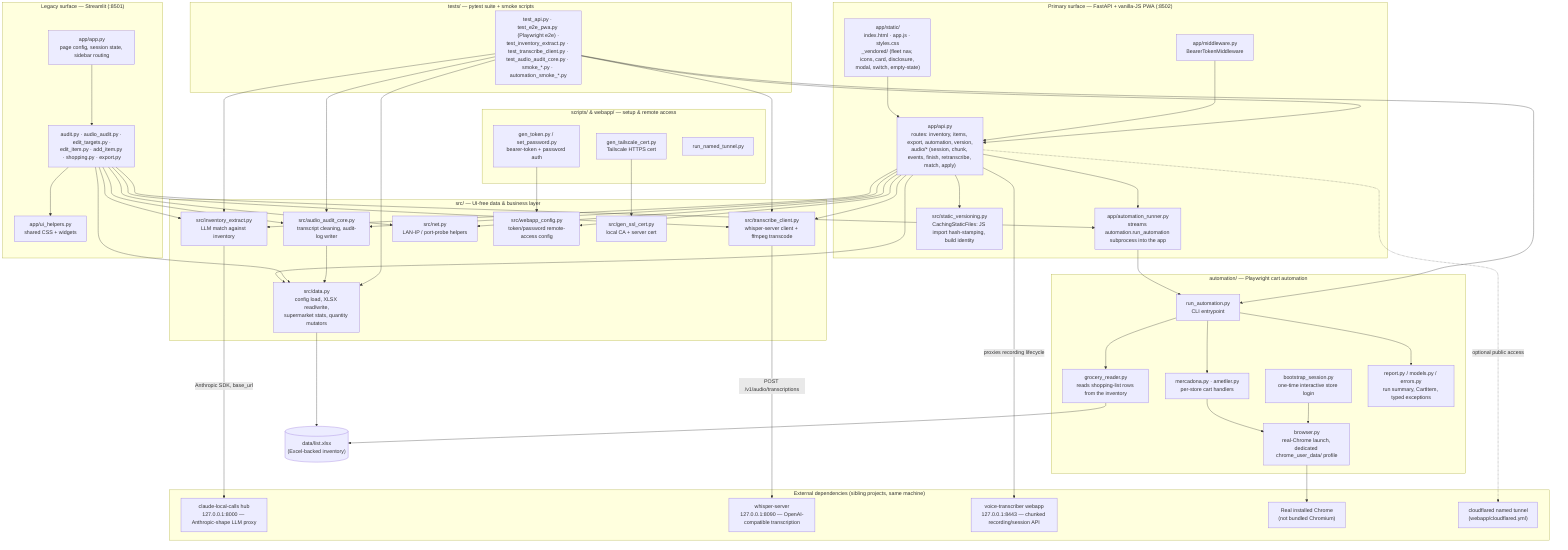
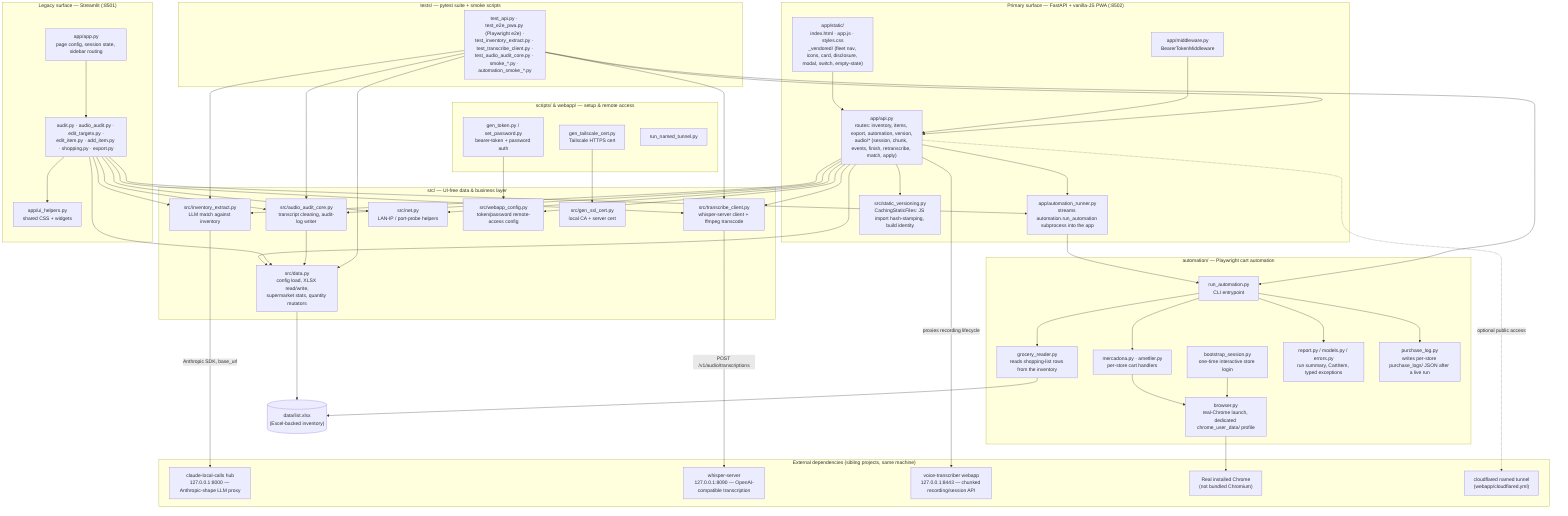
%% docs/architecture.mmd — this repo's own internal structure.
%% Hand-authored, not generated — unlike a fleet-wide crawled map, this
%% repo's own internal shape is semantic and can't be scraped the same way.
%% Update this diagram in the same PR as any material structural change (a
%% new mode/route, a module moved, a new external dependency wired in) —
%% same anti-staleness contract as this repo's own `.fleet.toml` `description`
%% field. See ferraroroberto/fleet-config#256 for the general convention.

flowchart TB
  subgraph frontend["Primary surface — FastAPI + vanilla-JS PWA (:8502)"]
    STATIC["app/static/\nindex.html · app.js · styles.css\n_vendored/ (fleet nav, icons, card, disclosure, modal, switch, empty-state)"]
    API["app/api.py\nroutes: inventory, items, export, automation, version,\naudio/* (session, chunk, events, finish, retranscribe, match, apply)"]
    MW["app/middleware.py\nBearerTokenMiddleware"]
    RUNNER["app/automation_runner.py\nstreams automation.run_automation subprocess into the app"]
    VERSIONING["src/static_versioning.py\nCachingStaticFiles: JS import hash-stamping, build identity"]
    STATIC --> API
    MW --> API
    API --> RUNNER
    API --> VERSIONING
  end

  subgraph legacy["Legacy surface — Streamlit (:8501)"]
    APPPY["app/app.py\npage config, session state, sidebar routing"]
    MODES["audit.py · audio_audit.py · edit_targets.py ·\nedit_item.py · add_item.py · shopping.py · export.py"]
    UIHELP["app/ui_helpers.py\nshared CSS + widgets"]
    APPPY --> MODES
    MODES --> UIHELP
    MODES --> RUNNER
  end

  subgraph datalayer["src/ — UI-free data & business layer"]
    DATA["src/data.py\nconfig load, XLSX read/write,\nsupermarket stats, quantity mutators"]
    AUDIOCORE["src/audio_audit_core.py\ntranscript cleaning, audit-log writer"]
    EXTRACT["src/inventory_extract.py\nLLM match against inventory"]
    TRANSCRIBE["src/transcribe_client.py\nwhisper-server client + ffmpeg transcode"]
    NET["src/net.py\nLAN-IP / port-probe helpers"]
    WEBCFG["src/webapp_config.py\ntoken/password remote-access config"]
    SSL["src/gen_ssl_cert.py\nlocal CA + server cert"]
  end
  API --> DATA
  API --> AUDIOCORE
  API --> EXTRACT
  API --> TRANSCRIBE
  API --> NET
  API --> WEBCFG
  MODES --> DATA
  MODES --> AUDIOCORE
  MODES --> EXTRACT
  MODES --> TRANSCRIBE
  MODES --> NET
  AUDIOCORE --> DATA

  XLSX[("data/list.xlsx\n(Excel-backed inventory)")]
  DATA --> XLSX

  subgraph cartauto["automation/ — Playwright cart automation"]
    RUNAUTO["run_automation.py\nCLI entrypoint"]
    STOREMODS["mercadona.py · ametller.py\nper-store cart handlers"]
    BROWSER["browser.py\nreal-Chrome launch, dedicated chrome_user_data/ profile"]
    BOOTSTRAP["bootstrap_session.py\none-time interactive store login"]
    READER["grocery_reader.py\nreads shopping-list rows from the inventory"]
    REPORT["report.py / models.py / errors.py\nrun summary, CartItem, typed exceptions"]
+     PURCHASELOG["purchase_log.py\nwrites per-store purchase_logs/ JSON after a live run"]
    RUNAUTO --> STOREMODS
    STOREMODS --> BROWSER
    BOOTSTRAP --> BROWSER
    RUNAUTO --> READER
    RUNAUTO --> REPORT
+     RUNAUTO --> PURCHASELOG
  end
  RUNNER --> RUNAUTO
  READER --> XLSX

  subgraph external["External dependencies (sibling projects, same machine)"]
    HUB["claude-local-calls hub\n127.0.0.1:8000 — Anthropic-shape LLM proxy"]
    WHISPER["whisper-server\n127.0.0.1:8090 — OpenAI-compatible transcription"]
    VOICET["voice-transcriber webapp\n127.0.0.1:8443 — chunked recording/session API"]
    CHROME["Real installed Chrome\n(not bundled Chromium)"]
    CLOUDFLARE["cloudflared named tunnel\n(webapp/cloudflared.yml)"]
  end
  EXTRACT -->|Anthropic SDK, base_url| HUB
  TRANSCRIBE -->|POST /v1/audio/transcriptions| WHISPER
  API -->|proxies recording lifecycle| VOICET
  BROWSER --> CHROME
  API -.->|optional public access| CLOUDFLARE

  subgraph scripts["scripts/ & webapp/ — setup & remote access"]
    GENTOKEN["gen_token.py / set_password.py\nbearer-token + password auth"]
    TAILCERT["gen_tailscale_cert.py\nTailscale HTTPS cert"]
    TUNNEL["run_named_tunnel.py"]
  end
  GENTOKEN --> WEBCFG
  TAILCERT --> SSL

  subgraph tests["tests/ — pytest suite + smoke scripts"]
    TESTFILES["test_api.py · test_e2e_pwa.py (Playwright e2e) ·\ntest_inventory_extract.py · test_transcribe_client.py ·\ntest_audio_audit_core.py · smoke_*.py · automation_smoke_*.py"]
  end
  TESTFILES --> API
  TESTFILES --> DATA
  TESTFILES --> EXTRACT
  TESTFILES --> TRANSCRIBE
  TESTFILES --> AUDIOCORE
  TESTFILES --> RUNAUTO
